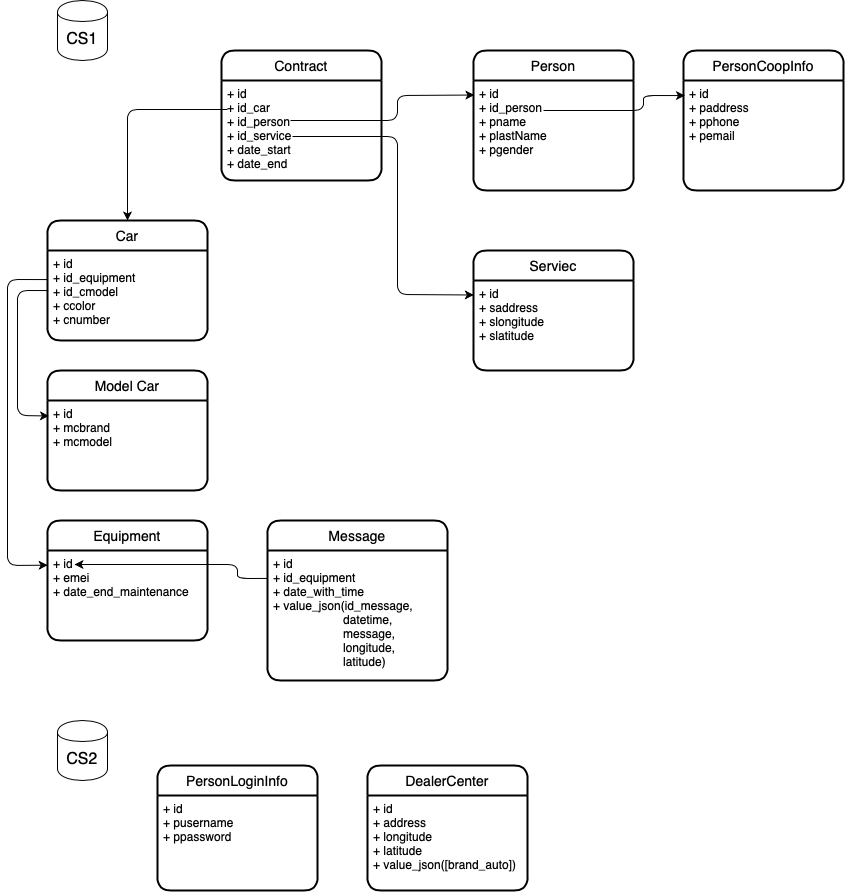
This is model/bd_cs.png from timoninas/db-practice, a draw.io export, as it was before one commit. Source tidied: cells renumbered, new cells last; positions are measured from the earlier drawing's top-left corner, leaving out a move shared by most shapes.
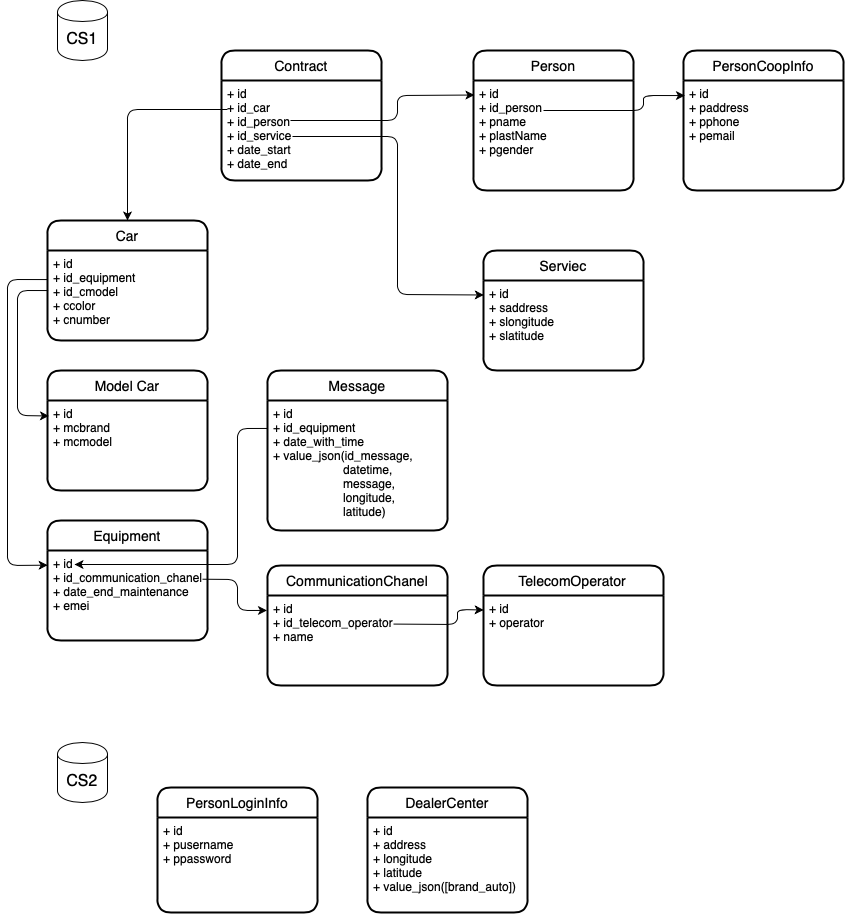
After the commit.

Diff of the diagram source:
```diff
@@ -37,12 +37,6 @@
     <mxCell id="9" value="+ id&#10;+ id_person&#10;+ pname&#10;+ plastName&#10;+ pgender" style="align=left;strokeColor=none;fillColor=none;spacingLeft=4;fontSize=12;verticalAlign=top;" parent="8" vertex="1">
       <mxGeometry y="30" width="160" height="110" as="geometry" />
     </mxCell>
-    <mxCell id="10" value="Serviec" style="swimlane;horizontal=1;startSize=30;rounded=1;fontSize=14;fontStyle=0;strokeWidth=2;shadow=0;dashed=0;align=center;" parent="1" vertex="1">
-      <mxGeometry x="466" y="250" width="160" height="120" as="geometry" />
-    </mxCell>
-    <mxCell id="11" value="+ id&#10;+ saddress&#10;+ slongitude&#10;+ slatitude" style="align=left;strokeColor=none;fillColor=none;spacingLeft=4;fontSize=12;verticalAlign=top;" parent="10" vertex="1">
-      <mxGeometry y="30" width="160" height="90" as="geometry" />
-    </mxCell>
     <mxCell id="12" style="endArrow=classic;html=1;entryX=0.009;entryY=0.172;entryDx=0;entryDy=0;entryPerimeter=0;exitX=0.004;exitY=0.445;exitDx=0;exitDy=0;exitPerimeter=0;" parent="1" edge="1" source="6" target="14">
       <mxGeometry relative="1" as="geometry">
         <Array as="points">
@@ -78,7 +72,7 @@
       <mxGeometry x="50" width="50" height="60" as="geometry" />
     </mxCell>
     <mxCell id="19" value="&lt;font style=&quot;font-size: 16px&quot;&gt;CS2&lt;/font&gt;" style="shape=cylinder;whiteSpace=wrap;html=1;boundedLbl=1;backgroundOutline=1;" parent="1" vertex="1">
-      <mxGeometry x="50" y="720" width="50" height="60" as="geometry" />
+      <mxGeometry x="50" y="742" width="50" height="60" as="geometry" />
     </mxCell>
     <mxCell id="20" value="Equipment" style="swimlane;horizontal=1;startSize=30;rounded=1;fontSize=14;fontStyle=0;strokeWidth=2;shadow=0;dashed=0;align=center;" parent="1" vertex="1">
       <mxGeometry x="40" y="520" width="160" height="120" as="geometry" />
@@ -88,25 +82,25 @@
         <mxPoint x="27" y="44" as="sourcePoint" />
         <Array as="points">
           <mxPoint x="190" y="44" />
-          <mxPoint x="190" y="58" />
+          <mxPoint x="190" y="-92" />
         </Array>
       </mxGeometry>
     </mxCell>
-    <mxCell id="22" value="+ id&#10;+ emei&#10;+ date_end_maintenance" style="align=left;strokeColor=none;fillColor=none;spacingLeft=4;fontSize=12;verticalAlign=top;" parent="20" vertex="1">
+    <mxCell id="22" value="+ id&#10;+ id_communication_chanel&#10;+ date_end_maintenance&#10;+ emei" style="align=left;strokeColor=none;fillColor=none;spacingLeft=4;fontSize=12;verticalAlign=top;" parent="20" vertex="1">
       <mxGeometry y="30" width="160" height="90" as="geometry" />
     </mxCell>
+    <mxCell id="25" value="Message" style="swimlane;horizontal=1;startSize=30;rounded=1;fontSize=14;fontStyle=0;strokeWidth=2;shadow=0;dashed=0;align=center;" parent="1" vertex="1">
+      <mxGeometry x="260" y="370" width="180" height="160" as="geometry" />
+    </mxCell>
+    <mxCell id="26" value="+ id&#10;+ id_equipment&#10;+ date_with_time&#10;+ value_json(id_message, &#10;                     datetime, &#10;                     message, &#10;                     longitude, &#10;                     latitude)" style="align=left;strokeColor=none;fillColor=none;spacingLeft=4;fontSize=12;verticalAlign=top;" parent="25" vertex="1">
+      <mxGeometry y="30" width="180" height="130" as="geometry" />
+    </mxCell>
     <mxCell id="23" value="PersonLoginInfo" style="swimlane;horizontal=1;startSize=30;rounded=1;fontSize=14;fontStyle=0;strokeWidth=2;shadow=0;dashed=0;align=center;" parent="1" vertex="1">
-      <mxGeometry x="150" y="765" width="160" height="125" as="geometry" />
+      <mxGeometry x="150" y="787" width="160" height="125" as="geometry" />
     </mxCell>
     <mxCell id="24" value="+ id&#10;+ pusername&#10;+ ppassword" style="align=left;strokeColor=none;fillColor=none;spacingLeft=4;fontSize=12;verticalAlign=top;" parent="23" vertex="1">
       <mxGeometry y="30" width="160" height="95" as="geometry" />
     </mxCell>
-    <mxCell id="25" value="Message" style="swimlane;horizontal=1;startSize=30;rounded=1;fontSize=14;fontStyle=0;strokeWidth=2;shadow=0;dashed=0;align=center;" parent="1" vertex="1">
-      <mxGeometry x="260" y="520" width="180" height="160" as="geometry" />
-    </mxCell>
-    <mxCell id="26" value="+ id&#10;+ id_equipment&#10;+ date_with_time&#10;+ value_json(id_message, &#10;                     datetime, &#10;                     message, &#10;                     longitude, &#10;                     latitude)" style="align=left;strokeColor=none;fillColor=none;spacingLeft=4;fontSize=12;verticalAlign=top;" parent="25" vertex="1">
-      <mxGeometry y="30" width="180" height="130" as="geometry" />
-    </mxCell>
     <mxCell id="27" style="endArrow=classic;html=1;entryX=0.002;entryY=0.161;entryDx=0;entryDy=0;entryPerimeter=0;" parent="1" edge="1" target="11">
       <mxGeometry relative="1" as="geometry">
         <mxPoint x="285" y="136" as="sourcePoint" />
@@ -125,10 +119,46 @@
       </mxGeometry>
     </mxCell>
     <mxCell id="29" value="DealerCenter" style="swimlane;horizontal=1;startSize=30;rounded=1;fontSize=14;fontStyle=0;strokeWidth=2;shadow=0;dashed=0;align=center;" parent="1" vertex="1">
-      <mxGeometry x="360" y="765" width="160" height="125" as="geometry" />
+      <mxGeometry x="360" y="787" width="160" height="125" as="geometry" />
     </mxCell>
     <mxCell id="30" value="+ id&#10;+ address&#10;+ longitude&#10;+ latitude&#10;+ value_json([brand_auto])" style="align=left;strokeColor=none;fillColor=none;spacingLeft=4;fontSize=12;verticalAlign=top;" parent="29" vertex="1">
       <mxGeometry y="30" width="160" height="95" as="geometry" />
     </mxCell>
+    <mxCell id="31" value="CommunicationChanel" style="swimlane;horizontal=1;startSize=30;rounded=1;fontSize=14;fontStyle=0;strokeWidth=2;shadow=0;dashed=0;align=center;" parent="1" vertex="1">
+      <mxGeometry x="260" y="565" width="180" height="120" as="geometry" />
+    </mxCell>
+    <mxCell id="32" value="+ id&#10;+ id_telecom_operator&#10;+ name" style="align=left;strokeColor=none;fillColor=none;spacingLeft=4;fontSize=12;verticalAlign=top;" parent="31" vertex="1">
+      <mxGeometry y="30" width="180" height="90" as="geometry" />
+    </mxCell>
+    <mxCell id="33" style="endArrow=classic;html=1;entryX=0.001;entryY=0.161;entryDx=0;entryDy=0;entryPerimeter=0;" parent="1" edge="1" target="36">
+      <mxGeometry relative="1" as="geometry">
+        <mxPoint x="386" y="623.6" as="sourcePoint" />
+        <Array as="points">
+          <mxPoint x="450" y="624" />
+          <mxPoint x="450" y="609" />
+        </Array>
+      </mxGeometry>
+    </mxCell>
+    <mxCell id="34" style="endArrow=classic;html=1;entryX=-0.003;entryY=0.166;entryDx=0;entryDy=0;entryPerimeter=0;" parent="1" edge="1" target="32">
+      <mxGeometry relative="1" as="geometry">
+        <mxPoint x="195" y="578.7" as="sourcePoint" />
+        <Array as="points">
+          <mxPoint x="230" y="579" />
+          <mxPoint x="230" y="610" />
+        </Array>
+      </mxGeometry>
+    </mxCell>
+    <mxCell id="10" value="Serviec" style="swimlane;horizontal=1;startSize=30;rounded=1;fontSize=14;fontStyle=0;strokeWidth=2;shadow=0;dashed=0;align=center;" parent="1" vertex="1">
+      <mxGeometry x="476" y="250" width="160" height="120" as="geometry" />
+    </mxCell>
+    <mxCell id="11" value="+ id&#10;+ saddress&#10;+ slongitude&#10;+ slatitude" style="align=left;strokeColor=none;fillColor=none;spacingLeft=4;fontSize=12;verticalAlign=top;" parent="10" vertex="1">
+      <mxGeometry y="30" width="160" height="90" as="geometry" />
+    </mxCell>
+    <mxCell id="35" value="TelecomOperator" style="swimlane;horizontal=1;startSize=30;rounded=1;fontSize=14;fontStyle=0;strokeWidth=2;shadow=0;dashed=0;align=center;" parent="1" vertex="1">
+      <mxGeometry x="476" y="565" width="180" height="120" as="geometry" />
+    </mxCell>
+    <mxCell id="36" value="+ id&#10;+ operator" style="align=left;strokeColor=none;fillColor=none;spacingLeft=4;fontSize=12;verticalAlign=top;" parent="35" vertex="1">
+      <mxGeometry y="30" width="180" height="90" as="geometry" />
+    </mxCell>
   </root>
 </mxGraphModel>
```
